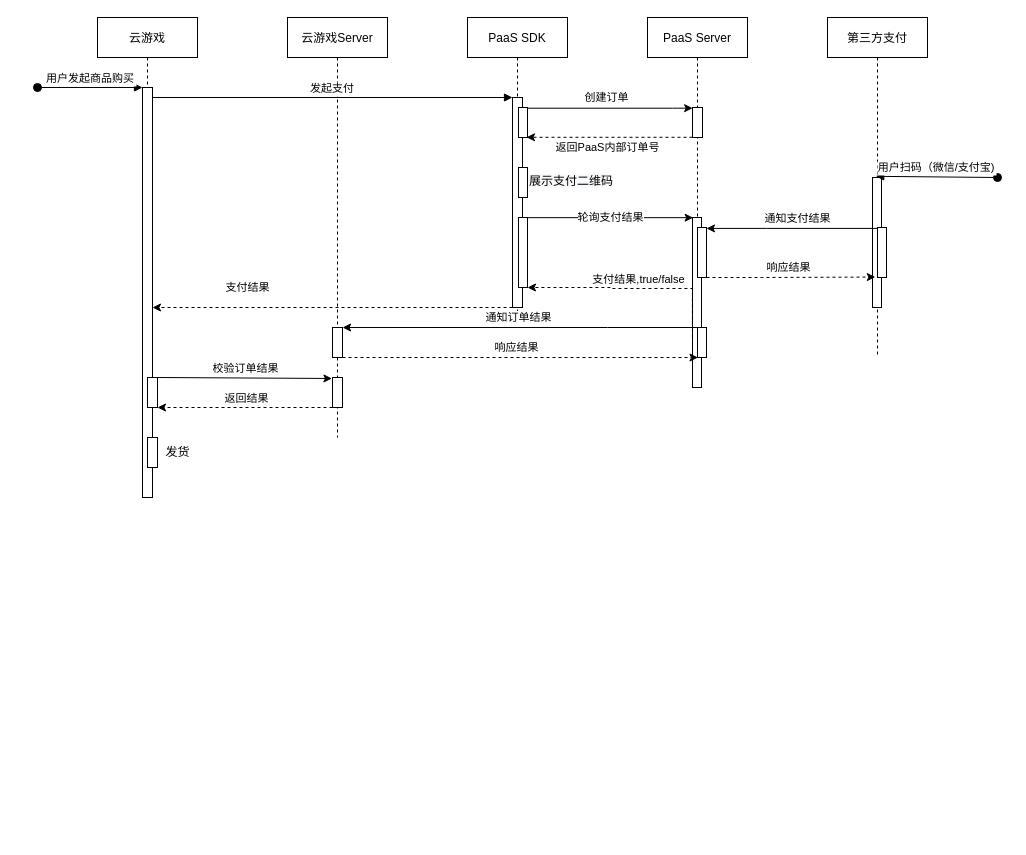
Before: UniPay.drawio in rangerTao/DrawBackup, a draw.io diagram. Source tidied: cells renumbered, new cells numbered last; positions are measured from the earlier drawing's top-left corner, leaving out a move shared by most shapes. Both pictures are drawn from the tidied source at 100%, with x=0, y=0 at pixel (37, 17).
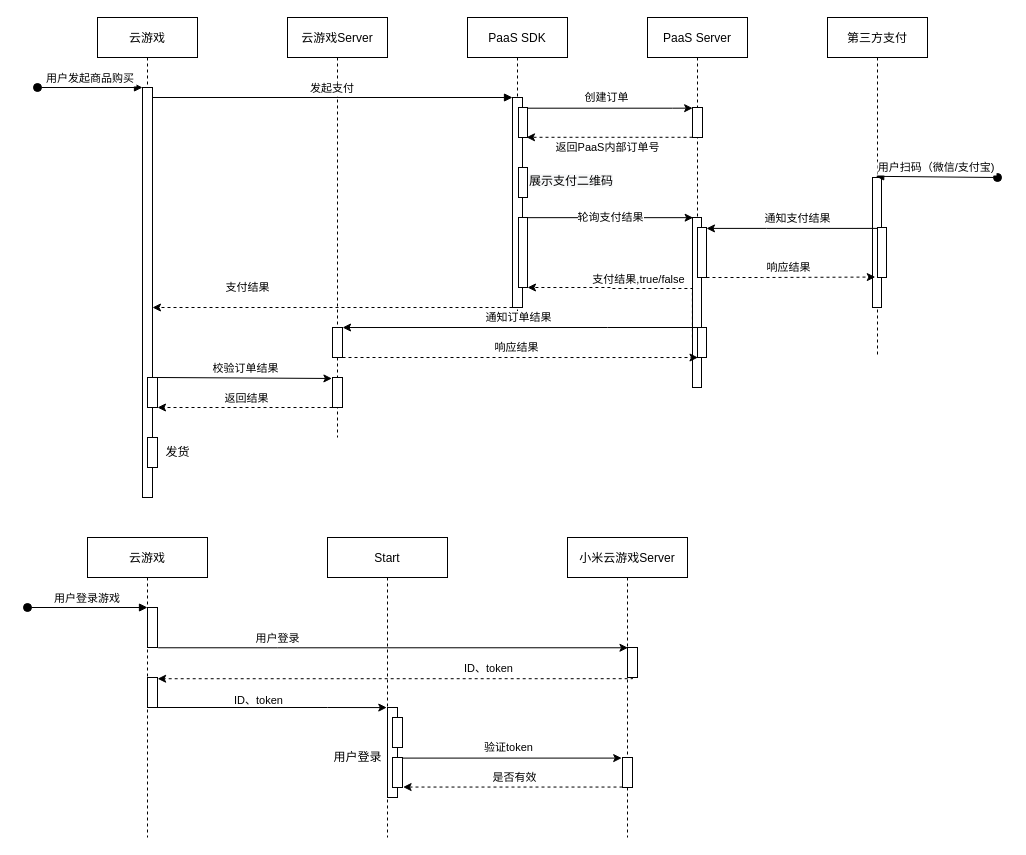
The same page after the edit.

What changed in the source:
```diff
@@
+    <mxCell id="41" value="云游戏" style="shape=umlLifeline;perimeter=lifelinePerimeter;rounded=0;shadow=0;strokeWidth=1;" parent="1" vertex="1">
+      <mxGeometry x="50" y="520" width="120" height="300" as="geometry" />
+    </mxCell>
+    <mxCell id="42" style="points=[];perimeter=orthogonalPerimeter;rounded=0;shadow=0;strokeWidth=1;" parent="41" vertex="1">
+      <mxGeometry x="60" y="70" width="10" height="40" as="geometry" />
+    </mxCell>
+    <mxCell id="43" style="points=[];perimeter=orthogonalPerimeter;rounded=0;shadow=0;strokeWidth=1;" parent="41" vertex="1">
+      <mxGeometry x="60" y="140" width="10" height="30" as="geometry" />
+    </mxCell>
+    <mxCell id="44" value="Start" style="shape=umlLifeline;perimeter=lifelinePerimeter;rounded=0;shadow=0;strokeWidth=1;" parent="1" vertex="1">
+      <mxGeometry x="290" y="520" width="120" height="300" as="geometry" />
+    </mxCell>
+    <mxCell id="45" style="points=[];perimeter=orthogonalPerimeter;rounded=0;shadow=0;strokeWidth=1;" parent="44" vertex="1">
+      <mxGeometry x="60" y="170" width="10" height="90" as="geometry" />
+    </mxCell>
+    <mxCell id="46" style="perimeter=orthogonalPerimeter;rounded=0;shadow=0;strokeWidth=1;" parent="44" vertex="1">
+      <mxGeometry x="65" y="180" width="10" height="30" as="geometry" />
+    </mxCell>
+    <mxCell id="47" style="points=[];perimeter=orthogonalPerimeter;rounded=0;shadow=0;strokeWidth=1;" parent="44" vertex="1">
+      <mxGeometry x="65" y="220" width="10" height="30" as="geometry" />
+    </mxCell>
+    <mxCell id="48" value="用户登录" style="text;html=1;align=center;verticalAlign=middle;strokeColor=none;fillColor=none;" parent="44" vertex="1">
+      <mxGeometry y="210" width="60" height="20" as="geometry" />
+    </mxCell>
+    <mxCell id="49" value="小米云游戏Server" style="shape=umlLifeline;perimeter=lifelinePerimeter;rounded=0;shadow=0;strokeWidth=1;" parent="1" vertex="1">
+      <mxGeometry x="530" y="520" width="120" height="300" as="geometry" />
+    </mxCell>
+    <mxCell id="50" style="points=[];perimeter=orthogonalPerimeter;rounded=0;shadow=0;strokeWidth=1;" parent="49" vertex="1">
+      <mxGeometry x="60" y="110" width="10" height="30" as="geometry" />
+    </mxCell>
+    <mxCell id="51" style="points=[];perimeter=orthogonalPerimeter;rounded=0;shadow=0;strokeWidth=1;" parent="49" vertex="1">
+      <mxGeometry x="55" y="220" width="10" height="30" as="geometry" />
+    </mxCell>
+    <mxCell id="52" value="用户登录游戏" style="verticalAlign=bottom;startArrow=oval;endArrow=block;startSize=8;shadow=0;strokeWidth=1;" parent="1" edge="1">
+      <mxGeometry relative="1" as="geometry">
+        <mxPoint x="-10" y="590" as="sourcePoint" />
+        <mxPoint x="110" y="590" as="targetPoint" />
+      </mxGeometry>
+    </mxCell>
+    <mxCell id="53" style="edgeStyle=orthogonalEdgeStyle;rounded=0;jettySize=auto;html=1;entryX=0.045;entryY=0.009;entryDx=0;entryDy=0;entryPerimeter=0;exitX=1.063;exitY=1.007;exitDx=0;exitDy=0;exitPerimeter=0;" parent="1" edge="1" source="42" target="50">
+      <mxGeometry relative="1" as="geometry">
+        <Array as="points">
+          <mxPoint x="240" y="630" />
+          <mxPoint x="240" y="630" />
+        </Array>
+      </mxGeometry>
+    </mxCell>
+    <mxCell id="54" value="用户登录" style="edgeLabel;html=1;align=center;verticalAlign=middle;" parent="53" vertex="1">
+      <mxGeometry x="-0.04" relative="1" as="geometry">
+        <mxPoint x="-107" y="-10" as="offset" />
+      </mxGeometry>
+    </mxCell>
+    <mxCell id="55" style="edgeStyle=orthogonalEdgeStyle;rounded=0;jettySize=auto;html=1;entryX=1.013;entryY=0.041;entryDx=0;entryDy=0;entryPerimeter=0;dashed=1;" parent="1" edge="1" source="50" target="43">
+      <mxGeometry relative="1" as="geometry">
+        <Array as="points">
+          <mxPoint x="595" y="661" />
+        </Array>
+      </mxGeometry>
+    </mxCell>
+    <mxCell id="56" value="ID、token" style="edgeLabel;html=1;align=center;verticalAlign=middle;" parent="55" vertex="1">
+      <mxGeometry x="-0.3" relative="1" as="geometry">
+        <mxPoint x="21" y="-11" as="offset" />
+      </mxGeometry>
+    </mxCell>
+    <mxCell id="57" style="edgeStyle=orthogonalEdgeStyle;rounded=0;jettySize=auto;html=1;entryX=-0.073;entryY=0.001;entryDx=0;entryDy=0;entryPerimeter=0;" parent="1" edge="1" source="43" target="45">
+      <mxGeometry relative="1" as="geometry">
+        <Array as="points">
+          <mxPoint x="290" y="690" />
+          <mxPoint x="290" y="690" />
+        </Array>
+      </mxGeometry>
+    </mxCell>
+    <mxCell id="58" value="ID、token" style="edgeLabel;html=1;align=center;verticalAlign=middle;" parent="1" vertex="1">
+      <mxGeometry x="220" y="680" as="geometry">
+        <mxPoint y="2" as="offset" />
+      </mxGeometry>
+    </mxCell>
+    <mxCell id="59" style="edgeStyle=orthogonalEdgeStyle;rounded=0;jettySize=auto;html=1;entryX=-0.079;entryY=0.02;entryDx=0;entryDy=0;entryPerimeter=0;" parent="1" edge="1" source="47" target="51">
+      <mxGeometry relative="1" as="geometry">
+        <Array as="points">
+          <mxPoint x="584" y="740" />
+        </Array>
+      </mxGeometry>
+    </mxCell>
+    <mxCell id="60" value="验证token" style="edgeLabel;html=1;align=center;verticalAlign=middle;" parent="59" vertex="1">
+      <mxGeometry x="-0.04" y="1" relative="1" as="geometry">
+        <mxPoint y="-10" as="offset" />
+      </mxGeometry>
+    </mxCell>
+    <mxCell id="61" style="edgeStyle=orthogonalEdgeStyle;rounded=0;jettySize=auto;html=1;entryX=1.059;entryY=0.985;entryDx=0;entryDy=0;entryPerimeter=0;dashed=1;" parent="1" edge="1" source="51" target="47">
+      <mxGeometry relative="1" as="geometry">
+        <Array as="points">
+          <mxPoint x="366" y="770" />
+        </Array>
+      </mxGeometry>
+    </mxCell>
+    <mxCell id="62" value="是否有效" style="edgeLabel;html=1;align=center;verticalAlign=middle;" parent="61" vertex="1">
+      <mxGeometry x="-0.01" relative="1" as="geometry">
+        <mxPoint y="-10" as="offset" />
+      </mxGeometry>
+    </mxCell>
```
